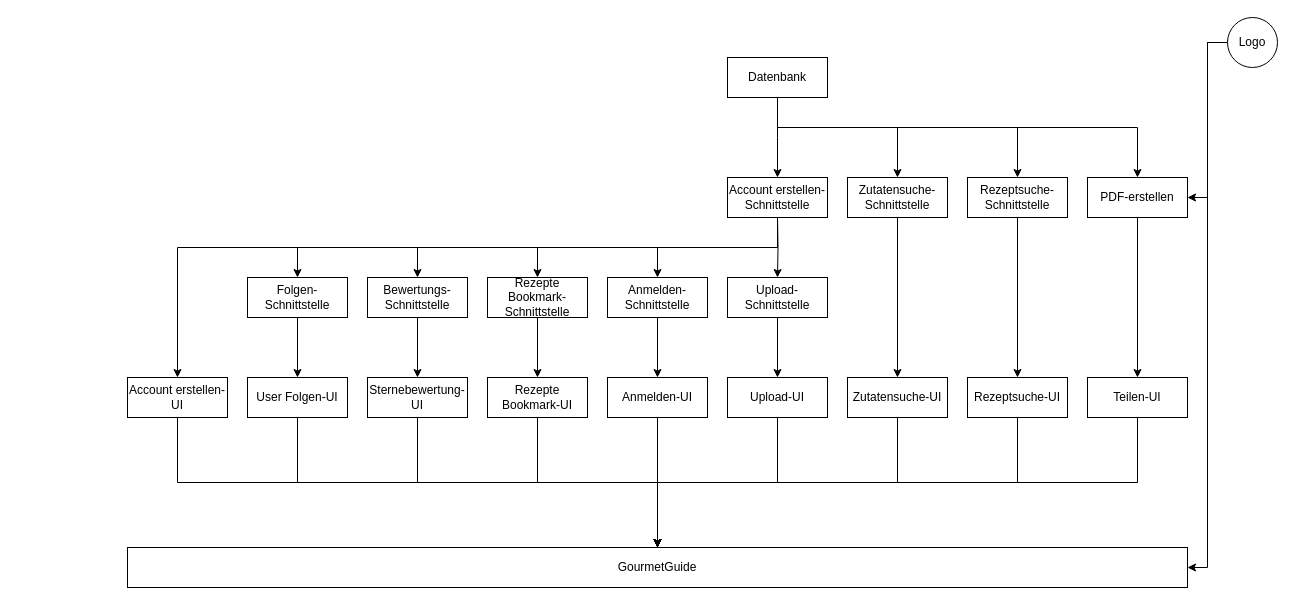
This is Produktflussdiagramm.drawio from Software-Engineering-I-HWR/GourmetGuide, a draw.io file, before an edit. Source tidied: cells renumbered, new cells numbered last; positions are measured from the earlier drawing's top-left corner, leaving out a move shared by most shapes. Both pictures are drawn from the tidied source at 100%, with x=0, y=0 at pixel (127, 17).
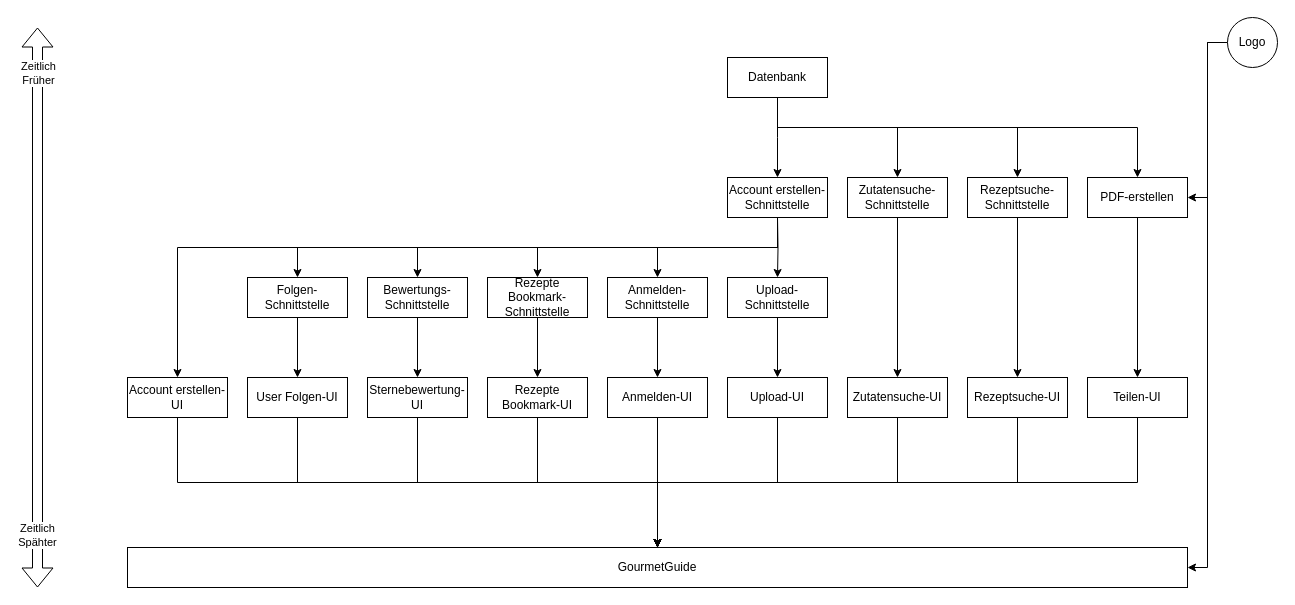
The same diagram, later.

Diff of the diagram source:
```diff
@@
+    <mxCell id="52" style="shape=flexArrow;endArrow=classic;startArrow=classic;html=1;rounded=0;" parent="1" edge="1">
+      <mxGeometry relative="1" as="geometry">
+        <mxPoint x="-90" y="570" as="sourcePoint" />
+        <mxPoint x="-90" y="10" as="targetPoint" />
+      </mxGeometry>
+    </mxCell>
+    <mxCell id="53" value="Zeitlich&lt;br&gt;Früher" style="edgeLabel;html=1;align=center;verticalAlign=middle;" parent="52" vertex="1">
+      <mxGeometry x="0.84" relative="1" as="geometry" />
+    </mxCell>
+    <mxCell id="54" value="Zeitlich&lt;br&gt;Spähter" style="edgeLabel;html=1;align=center;verticalAlign=middle;" parent="52" vertex="1">
+      <mxGeometry x="-0.81" y="1" relative="1" as="geometry" />
+    </mxCell>
```
